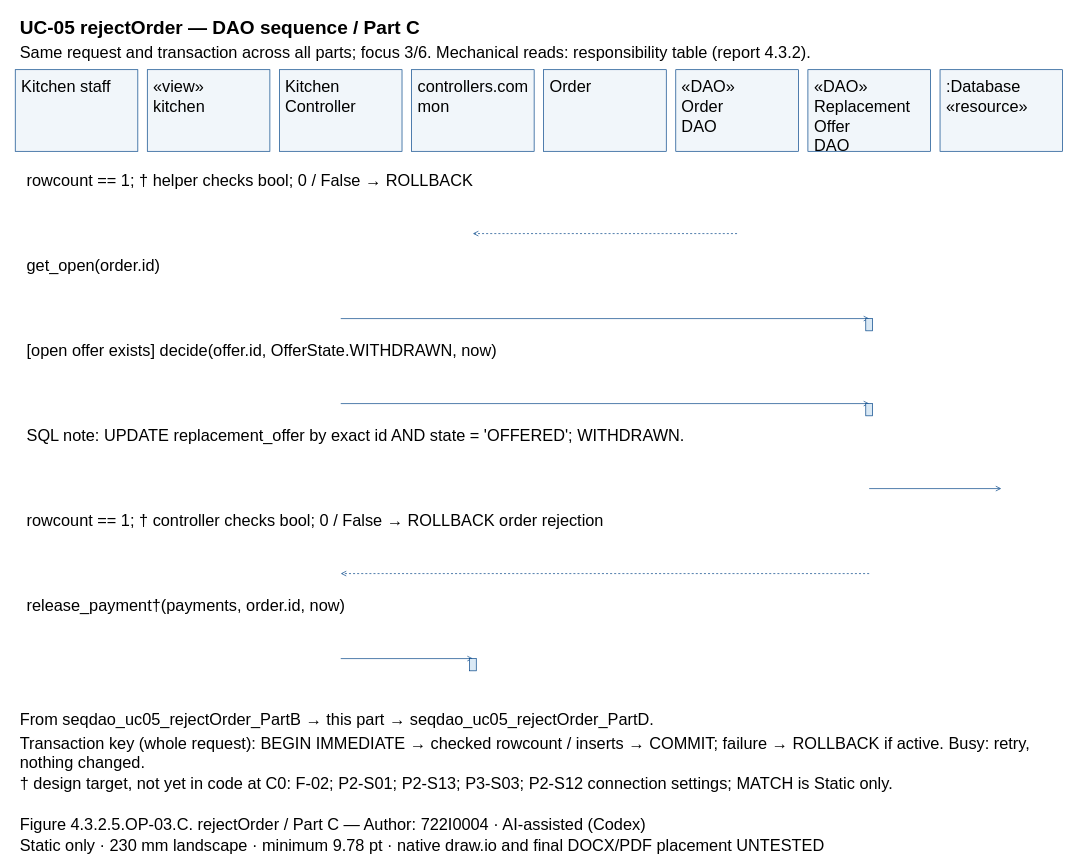
The draw.io diagram models/UC-05/seqdao_uc05_rejectOrder_PartC.drawio in Dat071104/SaigonBite, before the edit. Source tidied: cells renumbered, new cells numbered last; positions are measured from the earlier drawing's top-left corner, leaving out a move shared by most shapes. Both pictures are drawn from the tidied source at 68%, with x=0, y=0 at pixel (15, 12).
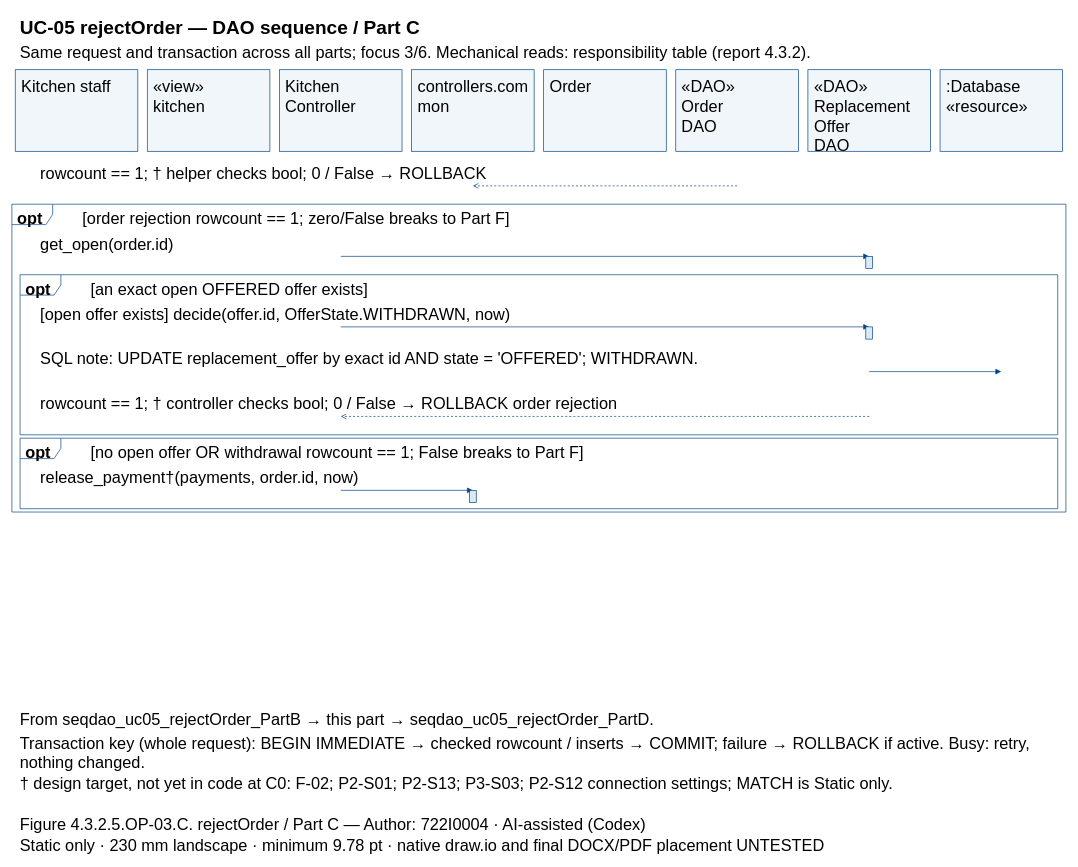
After the change.

What changed in the source:
```diff
@@
+    <mxCell id="52" style="shape=umlFrame;fillColor=none;strokeColor=#004387;" parent="1" vertex="1">
+      <mxGeometry x="-5" y="282.8" width="1550" height="452.7" as="geometry" />
+    </mxCell>
+    <mxCell id="53" style="shape=umlFrame;fillColor=none;strokeColor=#004387;" parent="1" vertex="1">
+      <mxGeometry x="7" y="386.5" width="1526" height="235.4" as="geometry" />
+    </mxCell>
+    <mxCell id="54" style="shape=umlFrame;fillColor=none;strokeColor=#004387;" parent="1" vertex="1">
+      <mxGeometry x="7" y="626.9" width="1526" height="103.7" as="geometry" />
+    </mxCell>
@@
-    <mxCell id="17" value="«DAO»&#10;Replacement&#10;Offer&#10;DAO" style="text;html=0;whiteSpace=wrap;align=left;verticalAlign=top;strokeColor=none;fillColor=none;fontFamily=Arial;fontSize=24;fontStyle=0;" parent="1" vertex="1">
-      <mxGeometry x="1172.6" y="90" width="166.3" height="111.4" as="geometry" />
-    </mxCell>
+    <mxCell id="20" value="«DAO»&#10;Replacement&#10;Offer&#10;DAO" style="text;html=0;whiteSpace=wrap;align=left;verticalAlign=top;strokeColor=none;fillColor=none;fontFamily=Arial;fontSize=24;fontStyle=0;" parent="1" vertex="1">
+      <mxGeometry x="1172.6" y="90" width="166.3" height="111.4" as="geometry" />
+    </mxCell>
@@
-    <mxCell id="19" value=":Database&#10;«resource»" style="text;html=0;whiteSpace=wrap;align=left;verticalAlign=top;strokeColor=none;fillColor=none;fontFamily=Arial;fontSize=24;fontStyle=0;" parent="1" vertex="1">
-      <mxGeometry x="1366.9" y="90" width="166.3" height="55.7" as="geometry" />
-    </mxCell>
-    <mxCell id="20" value="rowcount == 1; † helper checks bool; 0 / False → ROLLBACK" style="text;html=0;whiteSpace=wrap;align=left;verticalAlign=top;strokeColor=none;fillColor=none;fontFamily=Arial;fontSize=24;fontStyle=0;" parent="1" vertex="1">
-      <mxGeometry x="15" y="227" width="1510" height="27.8" as="geometry" />
-    </mxCell>
+    <mxCell id="24" value=":Database&#10;«resource»" style="text;html=0;whiteSpace=wrap;align=left;verticalAlign=top;strokeColor=none;fillColor=none;fontFamily=Arial;fontSize=24;fontStyle=0;" parent="1" vertex="1">
+      <mxGeometry x="1366.9" y="90" width="166.3" height="55.7" as="geometry" />
+    </mxCell>
+    <mxCell id="55" value="opt" style="text;html=0;whiteSpace=wrap;align=left;verticalAlign=top;strokeColor=none;fillColor=none;fontFamily=Arial;fontSize=24;fontStyle=1;" parent="1" vertex="1">
+      <mxGeometry x="1" y="283.8" width="84" height="27.8" as="geometry" />
+    </mxCell>
+    <mxCell id="56" value="[order rejection rowcount == 1; zero/False breaks to Part F]" style="text;html=0;whiteSpace=wrap;align=left;verticalAlign=top;strokeColor=none;fillColor=none;fontFamily=Arial;fontSize=24;fontStyle=0;" parent="1" vertex="1">
+      <mxGeometry x="97" y="283.8" width="1438" height="27.8" as="geometry" />
+    </mxCell>
+    <mxCell id="57" value="opt" style="text;html=0;whiteSpace=wrap;align=left;verticalAlign=top;strokeColor=none;fillColor=none;fontFamily=Arial;fontSize=24;fontStyle=1;" parent="1" vertex="1">
+      <mxGeometry x="13" y="387.5" width="84" height="27.8" as="geometry" />
+    </mxCell>
+    <mxCell id="58" value="[an exact open OFFERED offer exists]" style="text;html=0;whiteSpace=wrap;align=left;verticalAlign=top;strokeColor=none;fillColor=none;fontFamily=Arial;fontSize=24;fontStyle=0;" parent="1" vertex="1">
+      <mxGeometry x="109" y="387.5" width="1414" height="27.8" as="geometry" />
+    </mxCell>
+    <mxCell id="59" value="opt" style="text;html=0;whiteSpace=wrap;align=left;verticalAlign=top;strokeColor=none;fillColor=none;fontFamily=Arial;fontSize=24;fontStyle=1;" parent="1" vertex="1">
+      <mxGeometry x="13" y="627.9" width="84" height="27.8" as="geometry" />
+    </mxCell>
+    <mxCell id="60" value="[no open offer OR withdrawal rowcount == 1; False breaks to Part F]" style="text;html=0;whiteSpace=wrap;align=left;verticalAlign=top;strokeColor=none;fillColor=none;fontFamily=Arial;fontSize=24;fontStyle=0;" parent="1" vertex="1">
+      <mxGeometry x="109" y="627.9" width="1414" height="27.8" as="geometry" />
+    </mxCell>
+    <mxCell id="61" value="rowcount == 1; † helper checks bool; 0 / False → ROLLBACK" style="text;html=0;whiteSpace=wrap;align=left;verticalAlign=top;strokeColor=none;fillColor=none;fontFamily=Arial;fontSize=24;fontStyle=0;" parent="1" vertex="1">
+      <mxGeometry x="35" y="217" width="1470" height="27.8" as="geometry" />
+    </mxCell>
     <mxCell id="21" style="opacity=0;" parent="1" vertex="1">
-      <mxGeometry x="1061.4" y="326" as="geometry" />
+      <mxGeometry x="1061.4" y="255.8" as="geometry" />
     </mxCell>
     <mxCell id="22" style="opacity=0;" parent="1" vertex="1">
-      <mxGeometry x="672.9" y="326" as="geometry" />
+      <mxGeometry x="672.9" y="255.8" as="geometry" />
     </mxCell>
-    <mxCell id="23" style="edgeStyle=none;endArrow=open;strokeColor=#004387;dashed=1;exitX=0.5;entryX=0.5;exitPerimeter=0;entryPerimeter=0;" parent="1" edge="1" source="21" target="22">
+    <mxCell id="23" style="edgeStyle=none;endArrow=open;endFill=0;strokeColor=#004387;dashed=1;exitX=0.5;entryX=0.5;exitPerimeter=0;entryPerimeter=0;" parent="1" edge="1" source="21" target="22">
       <mxGeometry relative="1" as="geometry" />
     </mxCell>
-    <mxCell id="24" value="get_open(order.id)" style="text;html=0;whiteSpace=wrap;align=left;verticalAlign=top;strokeColor=none;fillColor=none;fontFamily=Arial;fontSize=24;fontStyle=0;" parent="1" vertex="1">
-      <mxGeometry x="15" y="352" width="1510" height="27.8" as="geometry" />
-    </mxCell>
+    <mxCell id="62" value="get_open(order.id)" style="text;html=0;whiteSpace=wrap;align=left;verticalAlign=top;strokeColor=none;fillColor=none;fontFamily=Arial;fontSize=24;fontStyle=0;" parent="1" vertex="1">
+      <mxGeometry x="35" y="320.7" width="1470" height="27.8" as="geometry" />
+    </mxCell>
     <mxCell id="25" style="opacity=0;" parent="1" vertex="1">
-      <mxGeometry x="478.6" y="451" as="geometry" />
+      <mxGeometry x="478.6" y="359.5" as="geometry" />
     </mxCell>
     <mxCell id="26" style="opacity=0;" parent="1" vertex="1">
-      <mxGeometry x="1255.7" y="451" as="geometry" />
+      <mxGeometry x="1255.7" y="359.5" as="geometry" />
     </mxCell>
-    <mxCell id="27" style="edgeStyle=none;endArrow=open;strokeColor=#004387;exitX=0.5;entryX=0.5;exitPerimeter=0;entryPerimeter=0;" parent="1" edge="1" source="25" target="26">
+    <mxCell id="27" style="edgeStyle=none;endArrow=block;endFill=1;strokeColor=#004387;exitX=0.5;entryX=0.5;exitPerimeter=0;entryPerimeter=0;" parent="1" edge="1" source="25" target="26">
       <mxGeometry relative="1" as="geometry" />
     </mxCell>
-    <mxCell id="28" style="fillColor=#DAE9F5;strokeColor=#004387;" parent="1" vertex="1">
-      <mxGeometry x="1250.7" y="451" width="10" height="18" as="geometry" />
-    </mxCell>
+    <mxCell id="63" style="fillColor=#DAE9F5;strokeColor=#004387;" parent="1" vertex="1">
+      <mxGeometry x="1250.7" y="359.5" width="10" height="18" as="geometry" />
+    </mxCell>
     <mxCell id="29" value="[open offer exists] decide(offer.id, OfferState.WITHDRAWN, now)" style="text;html=0;whiteSpace=wrap;align=left;verticalAlign=top;strokeColor=none;fillColor=none;fontFamily=Arial;fontSize=24;fontStyle=0;" parent="1" vertex="1">
-      <mxGeometry x="15" y="477" width="1510" height="27.8" as="geometry" />
+      <mxGeometry x="35" y="424.4" width="1470" height="27.8" as="geometry" />
     </mxCell>
     <mxCell id="30" style="opacity=0;" parent="1" vertex="1">
-      <mxGeometry x="478.6" y="576" as="geometry" />
+      <mxGeometry x="478.6" y="463.2" as="geometry" />
     </mxCell>
     <mxCell id="31" style="opacity=0;" parent="1" vertex="1">
-      <mxGeometry x="1255.7" y="576" as="geometry" />
+      <mxGeometry x="1255.7" y="463.2" as="geometry" />
     </mxCell>
-    <mxCell id="32" style="edgeStyle=none;endArrow=open;strokeColor=#004387;exitX=0.5;entryX=0.5;exitPerimeter=0;entryPerimeter=0;" parent="1" edge="1" source="30" target="31">
+    <mxCell id="32" style="edgeStyle=none;endArrow=block;endFill=1;strokeColor=#004387;exitX=0.5;entryX=0.5;exitPerimeter=0;entryPerimeter=0;" parent="1" edge="1" source="30" target="31">
       <mxGeometry relative="1" as="geometry" />
     </mxCell>
-    <mxCell id="33" style="fillColor=#DAE9F5;strokeColor=#004387;" parent="1" vertex="1">
-      <mxGeometry x="1250.7" y="576" width="10" height="18" as="geometry" />
-    </mxCell>
-    <mxCell id="34" value="SQL note: UPDATE replacement_offer by exact id AND state = 'OFFERED'; WITHDRAWN." style="text;html=0;whiteSpace=wrap;align=left;verticalAlign=top;strokeColor=none;fillColor=none;fontFamily=Arial;fontSize=24;fontStyle=0;" parent="1" vertex="1">
-      <mxGeometry x="15" y="602" width="1510" height="27.8" as="geometry" />
-    </mxCell>
+    <mxCell id="64" style="fillColor=#DAE9F5;strokeColor=#004387;" parent="1" vertex="1">
+      <mxGeometry x="1250.7" y="463.2" width="10" height="18" as="geometry" />
+    </mxCell>
+    <mxCell id="49" value="SQL note: UPDATE replacement_offer by exact id AND state = 'OFFERED'; WITHDRAWN." style="text;html=0;whiteSpace=wrap;align=left;verticalAlign=top;strokeColor=none;fillColor=none;fontFamily=Arial;fontSize=24;fontStyle=0;" parent="1" vertex="1">
+      <mxGeometry x="35" y="490.2" width="1470" height="27.8" as="geometry" />
+    </mxCell>
     <mxCell id="35" style="opacity=0;" parent="1" vertex="1">
-      <mxGeometry x="1255.7" y="701" as="geometry" />
+      <mxGeometry x="1255.7" y="529" as="geometry" />
     </mxCell>
     <mxCell id="36" style="opacity=0;" parent="1" vertex="1">
-      <mxGeometry x="1450" y="701" as="geometry" />
+      <mxGeometry x="1450" y="529" as="geometry" />
     </mxCell>
-    <mxCell id="37" style="edgeStyle=none;endArrow=open;strokeColor=#004387;exitX=0.5;entryX=0.5;exitPerimeter=0;entryPerimeter=0;" parent="1" edge="1" source="35" target="36">
+    <mxCell id="37" style="edgeStyle=none;endArrow=block;endFill=1;strokeColor=#004387;exitX=0.5;entryX=0.5;exitPerimeter=0;entryPerimeter=0;" parent="1" edge="1" source="35" target="36">
       <mxGeometry relative="1" as="geometry" />
     </mxCell>
-    <mxCell id="38" value="rowcount == 1; † controller checks bool; 0 / False → ROLLBACK order rejection" style="text;html=0;whiteSpace=wrap;align=left;verticalAlign=top;strokeColor=none;fillColor=none;fontFamily=Arial;fontSize=24;fontStyle=0;" parent="1" vertex="1">
-      <mxGeometry x="15" y="727" width="1510" height="27.8" as="geometry" />
-    </mxCell>
+    <mxCell id="51" value="rowcount == 1; † controller checks bool; 0 / False → ROLLBACK order rejection" style="text;html=0;whiteSpace=wrap;align=left;verticalAlign=top;strokeColor=none;fillColor=none;fontFamily=Arial;fontSize=24;fontStyle=0;" parent="1" vertex="1">
+      <mxGeometry x="35" y="556" width="1470" height="27.8" as="geometry" />
+    </mxCell>
     <mxCell id="39" style="opacity=0;" parent="1" vertex="1">
-      <mxGeometry x="1255.7" y="826" as="geometry" />
+      <mxGeometry x="1255.7" y="594.9" as="geometry" />
     </mxCell>
     <mxCell id="40" style="opacity=0;" parent="1" vertex="1">
-      <mxGeometry x="478.6" y="826" as="geometry" />
+      <mxGeometry x="478.6" y="594.9" as="geometry" />
     </mxCell>
-    <mxCell id="41" style="edgeStyle=none;endArrow=open;strokeColor=#004387;dashed=1;exitX=0.5;entryX=0.5;exitPerimeter=0;entryPerimeter=0;" parent="1" edge="1" source="39" target="40">
+    <mxCell id="41" style="edgeStyle=none;endArrow=open;endFill=0;strokeColor=#004387;dashed=1;exitX=0.5;entryX=0.5;exitPerimeter=0;entryPerimeter=0;" parent="1" edge="1" source="39" target="40">
       <mxGeometry relative="1" as="geometry" />
     </mxCell>
     <mxCell id="42" value="release_payment†(payments, order.id, now)" style="text;html=0;whiteSpace=wrap;align=left;verticalAlign=top;strokeColor=none;fillColor=none;fontFamily=Arial;fontSize=24;fontStyle=0;" parent="1" vertex="1">
-      <mxGeometry x="15" y="852" width="1510" height="27.8" as="geometry" />
+      <mxGeometry x="35" y="664.7" width="1470" height="27.8" as="geometry" />
     </mxCell>
     <mxCell id="43" style="opacity=0;" parent="1" vertex="1">
-      <mxGeometry x="478.6" y="951" as="geometry" />
+      <mxGeometry x="478.6" y="703.6" as="geometry" />
     </mxCell>
     <mxCell id="44" style="opacity=0;" parent="1" vertex="1">
-      <mxGeometry x="672.9" y="951" as="geometry" />
+      <mxGeometry x="672.9" y="703.6" as="geometry" />
     </mxCell>
-    <mxCell id="45" style="edgeStyle=none;endArrow=open;strokeColor=#004387;exitX=0.5;entryX=0.5;exitPerimeter=0;entryPerimeter=0;" parent="1" edge="1" source="43" target="44">
+    <mxCell id="45" style="edgeStyle=none;endArrow=block;endFill=1;strokeColor=#004387;exitX=0.5;entryX=0.5;exitPerimeter=0;entryPerimeter=0;" parent="1" edge="1" source="43" target="44">
       <mxGeometry relative="1" as="geometry" />
     </mxCell>
-    <mxCell id="46" style="fillColor=#DAE9F5;strokeColor=#004387;" parent="1" vertex="1">
-      <mxGeometry x="667.9" y="951" width="10" height="18" as="geometry" />
-    </mxCell>
+    <mxCell id="65" style="fillColor=#DAE9F5;strokeColor=#004387;" parent="1" vertex="1">
+      <mxGeometry x="667.9" y="703.6" width="10" height="18" as="geometry" />
+    </mxCell>
@@
-    <mxCell id="49" value="† design target, not yet in code at C0: F-02; P2-S01; P2-S13; P3-S03; P2-S12 connection settings; MATCH is Static only." style="text;html=0;whiteSpace=wrap;align=left;verticalAlign=top;strokeColor=none;fillColor=none;fontFamily=Arial;fontSize=24;fontStyle=0;" parent="1" vertex="1">
-      <mxGeometry x="5" y="1115" width="1530" height="27.8" as="geometry" />
-    </mxCell>
+    <mxCell id="66" value="† design target, not yet in code at C0: F-02; P2-S01; P2-S13; P3-S03; P2-S12 connection settings; MATCH is Static only." style="text;html=0;whiteSpace=wrap;align=left;verticalAlign=top;strokeColor=none;fillColor=none;fontFamily=Arial;fontSize=24;fontStyle=0;" parent="1" vertex="1">
+      <mxGeometry x="5" y="1115" width="1530" height="27.8" as="geometry" />
+    </mxCell>
@@
-    <mxCell id="51" value="Static only · 230 mm landscape · minimum 9.78 pt · native draw.io and final DOCX/PDF placement UNTESTED" style="text;html=0;whiteSpace=wrap;align=left;verticalAlign=top;strokeColor=none;fillColor=none;fontFamily=Arial;fontSize=24;fontStyle=0;" parent="1" vertex="1">
-      <mxGeometry x="5" y="1205" width="1530" height="27.8" as="geometry" />
-    </mxCell>
+    <mxCell id="67" value="Static only · 230 mm landscape · minimum 9.78 pt · native draw.io and final DOCX/PDF placement UNTESTED" style="text;html=0;whiteSpace=wrap;align=left;verticalAlign=top;strokeColor=none;fillColor=none;fontFamily=Arial;fontSize=24;fontStyle=0;" parent="1" vertex="1">
+      <mxGeometry x="5" y="1205" width="1530" height="27.8" as="geometry" />
+    </mxCell>
```
